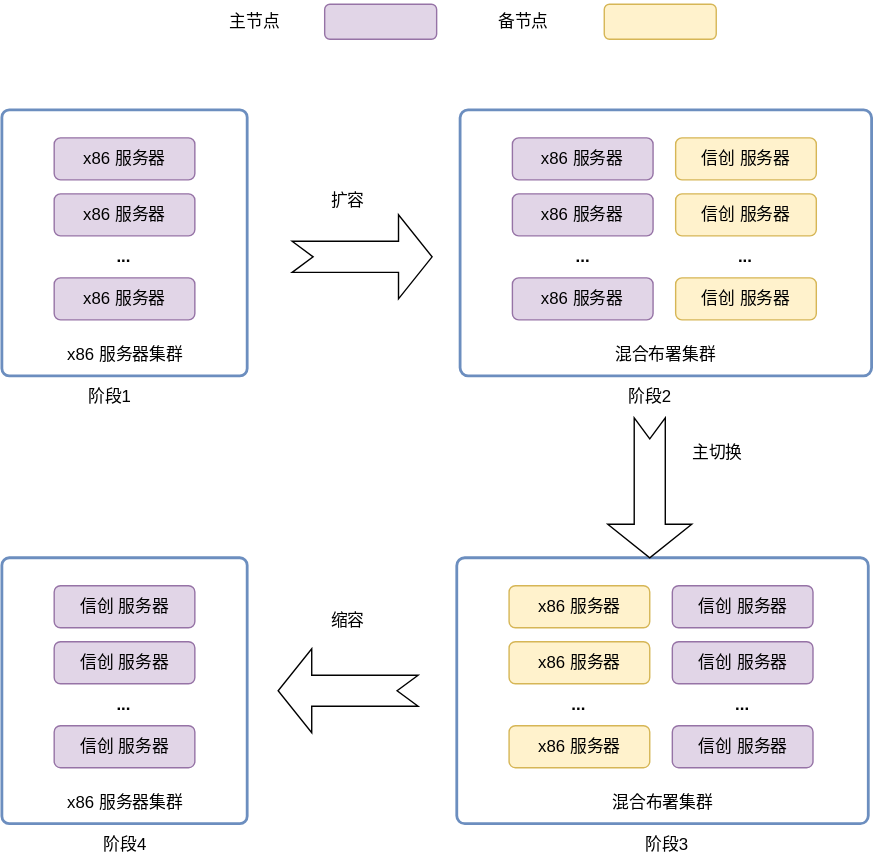
Before: 产品/巨杉数据库影像平台信创改造流程.drawio.svg, a diagram exported from draw.io (SequoiaDB/design_drawio). Source tidied: cells renumbered, new cells last; positions are measured from the earlier drawing's top-left corner, leaving out a move shared by most shapes.
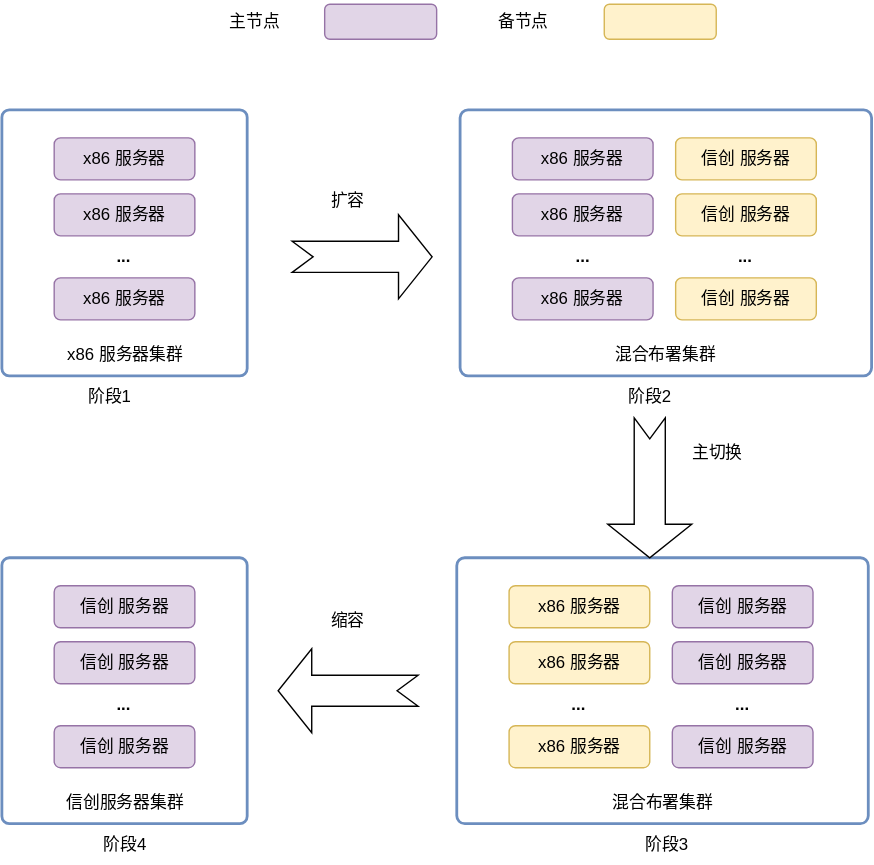
After the commit.

Commit message:
更新巨杉数据库影像平台信创改造流程.drawio.svg

What changed in the source:
```diff
@@ -107,7 +107,7 @@
     <mxCell id="36" value="..." style="text;html=1;align=center;verticalAlign=middle;whiteSpace=wrap;rounded=0;fontStyle=1;fillColor=none;" parent="1" vertex="1">
       <mxGeometry x="57.2" y="488" width="60" height="30" as="geometry" />
     </mxCell>
-    <mxCell id="37" value="x86&amp;nbsp;服务器集群" style="text;html=1;align=center;verticalAlign=middle;whiteSpace=wrap;rounded=0;" parent="1" vertex="1">
+    <mxCell id="37" value="信创服务器集群" style="text;html=1;align=center;verticalAlign=middle;whiteSpace=wrap;rounded=0;" parent="1" vertex="1">
       <mxGeometry x="37.5" y="558" width="100" height="30" as="geometry" />
     </mxCell>
     <mxCell id="38" style="html=1;shadow=0;dashed=0;align=center;verticalAlign=middle;shape=mxgraph.arrows2.arrow;dy=0.63;dx=24;notch=15;" parent="1" vertex="1">
```
